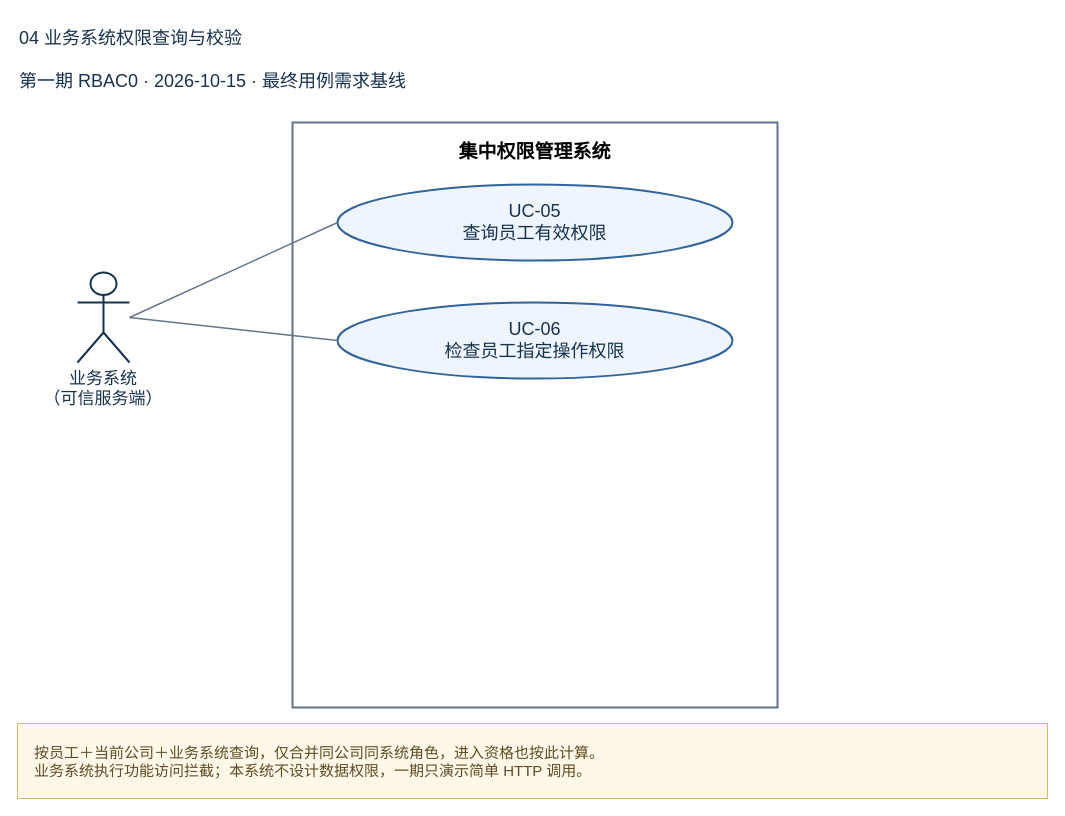
Earlier version of the draw.io diagram page "04 业务系统权限查询与校验" (2 of 2) of docs/按用例分类/UC-05_查询员工有效权限/相关用例图.drawio (Noah-hope/RBAC-admin). Source tidied: cells renumbered, new cells numbered last; positions are measured from the earlier drawing's top-left corner, leaving out a move shared by most shapes. Both pictures are drawn from the tidied source at 100%, with x=0, y=0 at pixel (17, 17).
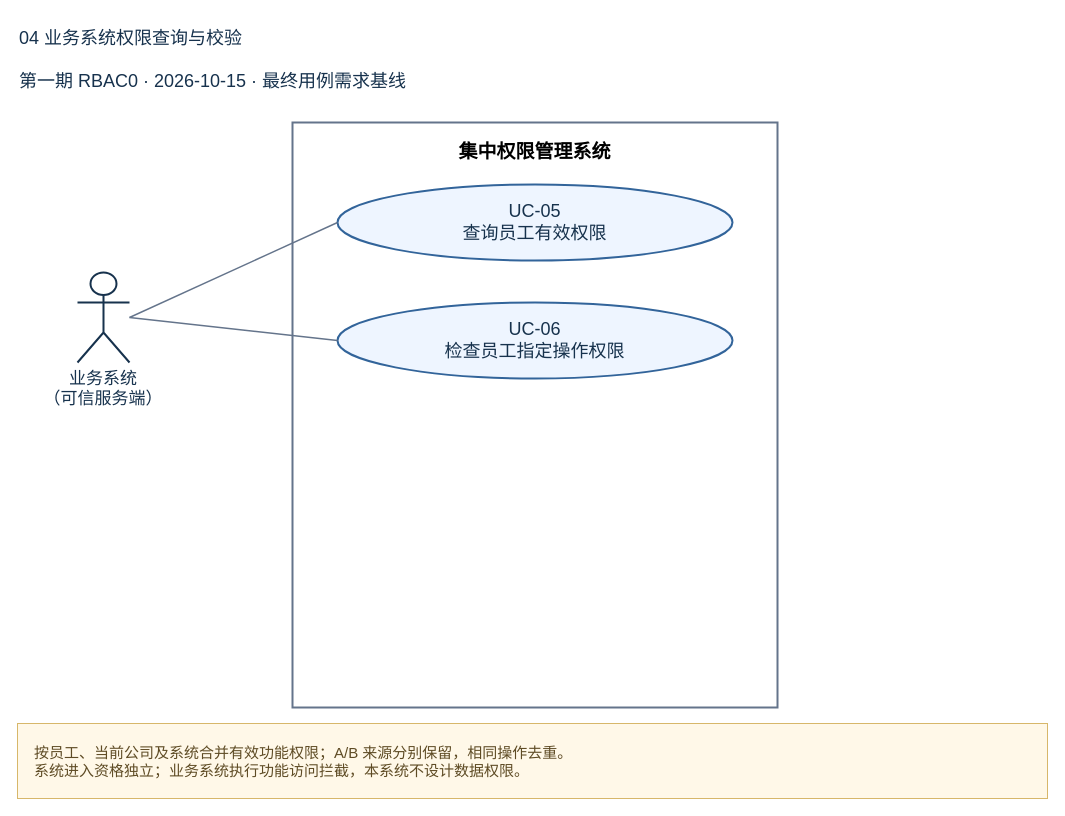
The same diagram, later.

Change to the diagram source:
```diff
@@
 <mxGraphModel>
   <root>
     <mxCell id="0" />
     <mxCell id="1" parent="0" />
     <mxCell id="2" value="04 业务系统权限查询与校验" style="text;html=0;align=left;verticalAlign=middle;whiteSpace=wrap;strokeColor=none;fillColor=none;fontSize=18;fontColor=#17324d;" parent="1" vertex="1">
       <mxGeometry width="1030" height="42" as="geometry" />
     </mxCell>
     <mxCell id="3" value="第一期 RBAC0 · 2026-10-15 · 最终用例需求基线" style="text;html=0;align=left;verticalAlign=middle;whiteSpace=wrap;strokeColor=none;fillColor=none;fontSize=18;fontColor=#17324d;" parent="1" vertex="1">
       <mxGeometry y="47" width="1030" height="34" as="geometry" />
     </mxCell>
     <mxCell id="4" value="集中权限管理系统" style="rounded=0;html=0;whiteSpace=wrap;fillColor=#ffffff;strokeColor=#64748b;strokeWidth=2;verticalAlign=top;align=center;spacingTop=12;fontStyle=1;fontSize=19;" parent="1" vertex="1">
       <mxGeometry x="275" y="105" width="485" height="585" as="geometry" />
     </mxCell>
     <mxCell id="5" value="UC-05&#10;查询员工有效权限" style="ellipse;html=0;whiteSpace=wrap;fillColor=#eef5ff;strokeColor=#32649a;strokeWidth=2;fontSize=18;fontColor=#17324d;" parent="1" vertex="1">
       <mxGeometry x="320" y="167" width="395" height="76" as="geometry" />
     </mxCell>
     <mxCell id="6" value="UC-06&#10;检查员工指定操作权限" style="ellipse;html=0;whiteSpace=wrap;fillColor=#eef5ff;strokeColor=#32649a;strokeWidth=2;fontSize=18;fontColor=#17324d;" parent="1" vertex="1">
       <mxGeometry x="320" y="285" width="395" height="76" as="geometry" />
     </mxCell>
     <mxCell id="7" value="业务系统&#10;（可信服务端）" style="shape=umlActor;html=0;verticalLabelPosition=bottom;verticalAlign=top;align=center;fillColor=#ffffff;strokeColor=#17324d;strokeWidth=2;fontSize=17;fontColor=#17324d;whiteSpace=wrap;labelWidth=190;" parent="1" vertex="1">
       <mxGeometry x="60" y="255" width="52" height="90" as="geometry" />
     </mxCell>
-    <mxCell id="8" value="按员工＋当前公司＋业务系统查询，仅合并同公司同系统角色，进入资格也按此计算。&#10;业务系统执行功能访问拦截；本系统不设计数据权限，一期只演示简单 HTTP 调用。" style="rounded=0;html=0;whiteSpace=wrap;align=left;spacingLeft=15;fillColor=#fff8e8;strokeColor=#d7b76a;fontColor=#5e4b24;fontSize=15;" parent="1" vertex="1">
+    <mxCell id="8" value="按员工、当前公司及系统合并有效功能权限；A/B 来源分别保留，相同操作去重。&#10;系统进入资格独立；业务系统执行功能访问拦截，本系统不设计数据权限。" style="rounded=0;html=0;whiteSpace=wrap;align=left;spacingLeft=15;fillColor=#fff8e8;strokeColor=#d7b76a;fontColor=#5e4b24;fontSize=15;" parent="1" vertex="1">
       <mxGeometry y="706" width="1030" height="75" as="geometry" />
     </mxCell>
     <mxCell id="9" style="html=0;endArrow=none;startArrow=none;strokeColor=#64748b;strokeWidth=1.4;edgeStyle=none;noEdgeStyle=1;curved=0;rounded=0;exitX=1;exitY=0.5;entryX=0;entryY=0.5;exitPerimeter=0;entryPerimeter=0;" parent="1" edge="1" source="7" target="5">
       <mxGeometry relative="1" as="geometry" />
     </mxCell>
     <mxCell id="10" style="html=0;endArrow=none;startArrow=none;strokeColor=#64748b;strokeWidth=1.4;edgeStyle=none;noEdgeStyle=1;curved=0;rounded=0;exitX=1;exitY=0.5;entryX=0;entryY=0.5;exitPerimeter=0;entryPerimeter=0;" parent="1" edge="1" source="7" target="6">
       <mxGeometry relative="1" as="geometry" />
     </mxCell>
   </root>
 </mxGraphModel>
```
